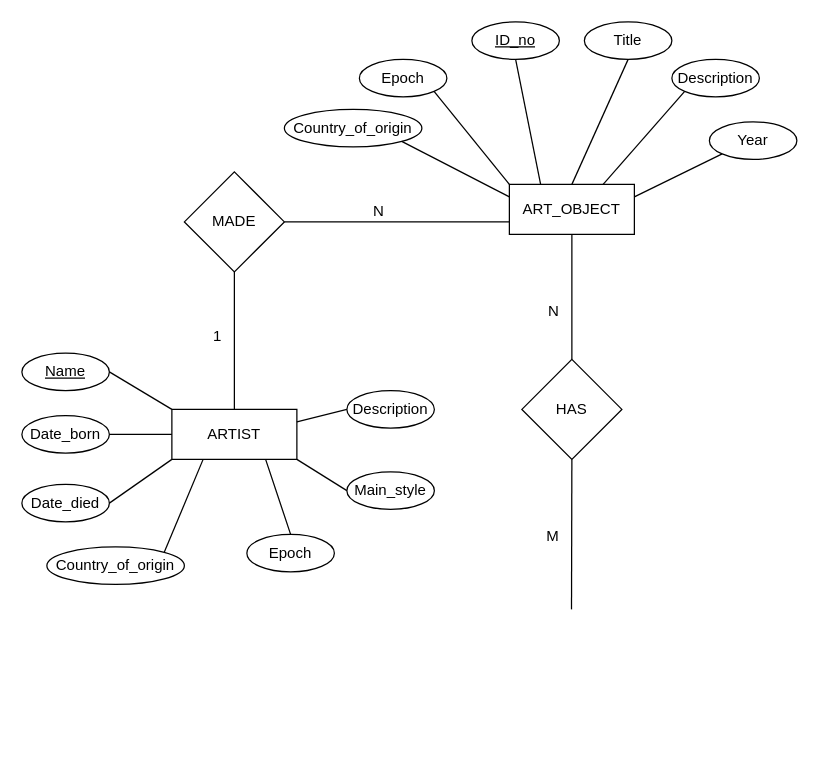
This is Database_Design_Folder/Brandon EER.drawio from Maan-Khedr-ENSF-300/museum-project-wannabyte, a draw.io file, before an edit. Source tidied: cells renumbered, new cells numbered last; positions are measured from the earlier drawing's top-left corner, leaving out a move shared by most shapes. Both pictures are drawn from the tidied source at 125%, with x=0, y=0 at pixel (21, 21).
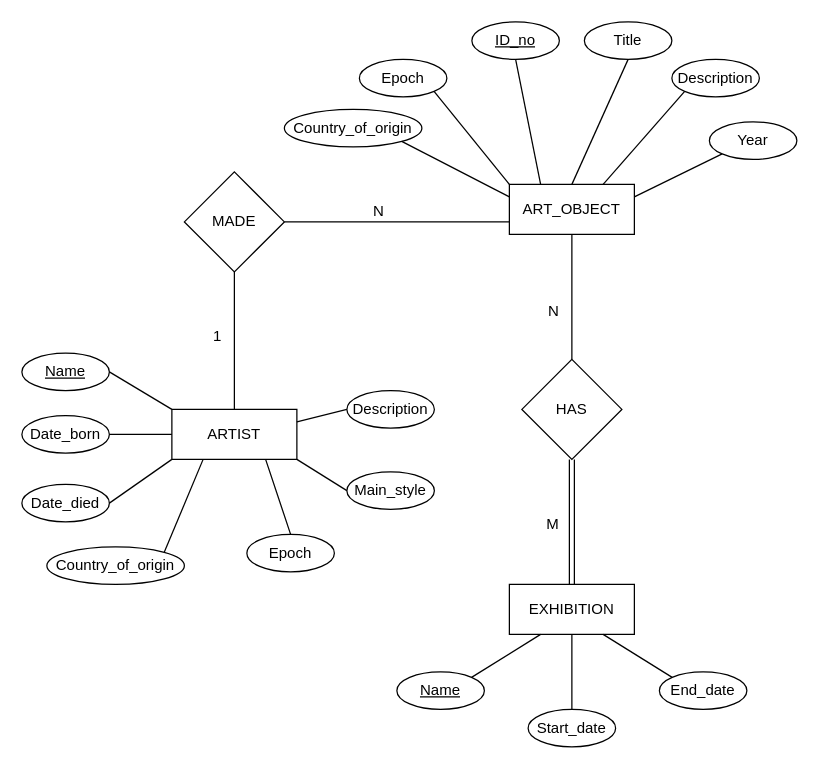
After the change.

The change refers to these unchanged cells:
```xml
<mxCell id="35" value="HAS" style="shape=rhombus;perimeter=rhombusPerimeter;whiteSpace=wrap;html=1;align=center;" parent="1" vertex="1">
  <mxGeometry x="400" y="270" width="80" height="80" as="geometry" />
</mxCell>
```

Change to the diagram source:
```diff
@@
-    <mxCell id="38" style="endArrow=none;html=1;rounded=0;entryX=0.5;entryY=1;entryDx=0;entryDy=0;exitX=0.5;exitY=0;exitDx=0;exitDy=0;" parent="1" edge="1" target="35">
-      <mxGeometry relative="1" as="geometry">
-        <mxPoint x="439.7" y="470" as="sourcePoint" />
-      </mxGeometry>
-    </mxCell>
+    <mxCell id="40" style="shape=link;html=1;rounded=0;exitX=0.5;exitY=1;exitDx=0;exitDy=0;" parent="1" edge="1" source="35">
+      <mxGeometry relative="1" as="geometry">
+        <mxPoint x="440" y="450" as="targetPoint" />
+      </mxGeometry>
+    </mxCell>
-    <mxCell id="39" value="M" style="html=1;align=right;verticalAlign=bottom;" parent="38" vertex="1">
+    <mxCell id="39" value="M" style="html=1;align=right;verticalAlign=bottom;" parent="40" vertex="1">
       <mxGeometry x="1" relative="1" as="geometry">
-        <mxPoint x="-10" y="70" as="offset" />
+        <mxPoint x="-10" y="-40" as="offset" />
       </mxGeometry>
     </mxCell>
+    <mxCell id="41" value="EXHIBITION" style="whiteSpace=wrap;html=1;align=center;" parent="1" vertex="1">
+      <mxGeometry x="390" y="450" width="100" height="40" as="geometry" />
+    </mxCell>
+    <mxCell id="42" value="Name" style="ellipse;whiteSpace=wrap;html=1;align=center;fontStyle=4;" parent="1" vertex="1">
+      <mxGeometry x="300" y="520" width="70" height="30" as="geometry" />
+    </mxCell>
+    <mxCell id="43" value="Start_date" style="ellipse;whiteSpace=wrap;html=1;align=center;" parent="1" vertex="1">
+      <mxGeometry x="405" y="550" width="70" height="30" as="geometry" />
+    </mxCell>
+    <mxCell id="44" value="End_date" style="ellipse;whiteSpace=wrap;html=1;align=center;" parent="1" vertex="1">
+      <mxGeometry x="510" y="520" width="70" height="30" as="geometry" />
+    </mxCell>
+    <mxCell id="45" style="endArrow=none;html=1;rounded=0;exitX=0.5;exitY=1;exitDx=0;exitDy=0;entryX=0.5;entryY=0;entryDx=0;entryDy=0;" parent="1" edge="1" source="41" target="43">
+      <mxGeometry relative="1" as="geometry" />
+    </mxCell>
+    <mxCell id="46" style="endArrow=none;html=1;rounded=0;exitX=0.75;exitY=1;exitDx=0;exitDy=0;entryX=0;entryY=0;entryDx=0;entryDy=0;" parent="1" edge="1" source="41" target="44">
+      <mxGeometry relative="1" as="geometry" />
+    </mxCell>
+    <mxCell id="47" style="endArrow=none;html=1;rounded=0;exitX=0.25;exitY=1;exitDx=0;exitDy=0;entryX=1;entryY=0;entryDx=0;entryDy=0;" parent="1" edge="1" source="41" target="42">
+      <mxGeometry relative="1" as="geometry" />
+    </mxCell>
```
